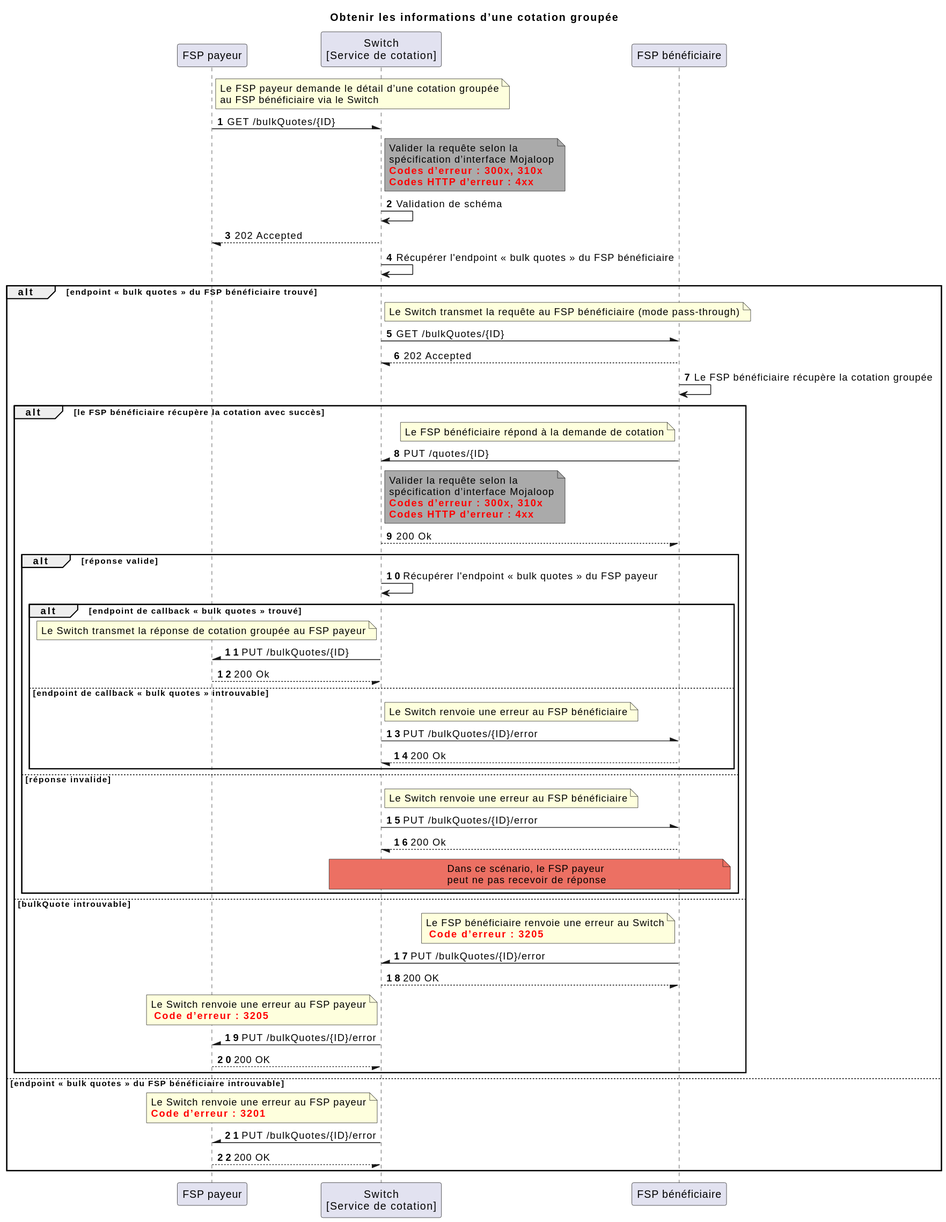
The PlantUML diagram docs/fr/technical/technical/quoting-service/assets/diagrams/sequence/seq-get-bulk-quotes-2.1.0.svg in mojaloop/documentation, before a commit. Its source is kept beside it as docs/fr/technical/technical/quoting-service/assets/diagrams/sequence/seq-get-bulk-quotes-2.1.0.plantuml. Source of this version:
```plantuml
@startuml
Title Obtenir les informations d’une cotation groupée
participant "FSP payeur" as PayerFSP
participant "Switch\n[Service de cotation]" as Switch
participant "FSP bénéficiaire" as PayeeFSP

autonumber
note right of PayerFSP: Le FSP payeur demande le détail d’une cotation groupée\nau FSP bénéficiaire via le Switch
PayerFSP -\ Switch: GET /bulkQuotes/{ID}
note right of Switch #aaa
    Valider la requête selon la
    spécification d’interface Mojaloop
    **<color #red>Codes d’erreur : 300x, 310x</color>**
    **<color #red>Codes HTTP d’erreur : 4xx</color>**
end note
Switch -> Switch: Validation de schéma
PayerFSP \-- Switch: 202 Accepted
Switch -> Switch: Récupérer l'endpoint « bulk quotes » du FSP bénéficiaire
alt endpoint « bulk quotes » du FSP bénéficiaire trouvé
    note right of Switch: Le Switch transmet la requête au FSP bénéficiaire (mode pass-through)
    Switch -\ PayeeFSP: GET /bulkQuotes/{ID}
    PayeeFSP --/ Switch: 202 Accepted
    PayeeFSP -> PayeeFSP: Le FSP bénéficiaire récupère la cotation groupée
    alt le FSP bénéficiaire récupère la cotation avec succès
        note left of PayeeFSP: Le FSP bénéficiaire répond à la demande de cotation
        PayeeFSP -\ Switch: PUT /quotes/{ID}
        note right of Switch #aaa
            Valider la requête selon la
            spécification d’interface Mojaloop
            **<color #red>Codes d’erreur : 300x, 310x</color>**
            **<color #red>Codes HTTP d’erreur : 4xx</color>**
        end note
        Switch --/ PayeeFSP: 200 Ok
        alt réponse valide
            Switch -> Switch: Récupérer l'endpoint « bulk quotes » du FSP payeur
            alt endpoint de callback « bulk quotes » trouvé
                note left of Switch: Le Switch transmet la réponse de cotation groupée au FSP payeur
                Switch -\ PayerFSP: PUT /bulkQuotes/{ID}
                PayerFSP --/ Switch: 200 Ok
            else endpoint de callback « bulk quotes » introuvable
                note right of Switch: Le Switch renvoie une erreur au FSP bénéficiaire
                Switch -\ PayeeFSP: PUT /bulkQuotes/{ID}/error
                PayeeFSP --/ Switch : 200 Ok
            end
        else réponse invalide
            note right of Switch: Le Switch renvoie une erreur au FSP bénéficiaire
            Switch -\ PayeeFSP: PUT /bulkQuotes/{ID}/error
            PayeeFSP --/ Switch : 200 Ok
            note over Switch, PayeeFSP #ec7063: Dans ce scénario, le FSP payeur\npeut ne pas recevoir de réponse
        end

    else bulkQuote introuvable
        note left of PayeeFSP: Le FSP bénéficiaire renvoie une erreur au Switch\n <color #red>**Code d’erreur : 3205**</color>
        PayeeFSP -\ Switch: PUT /bulkQuotes/{ID}/error
        Switch --/ PayeeFSP: 200 OK
        note left of Switch: Le Switch renvoie une erreur au FSP payeur\n <color #red>**Code d’erreur : 3205**</color>
        Switch -\ PayerFSP: PUT /bulkQuotes/{ID}/error
        PayerFSP --/ Switch: 200 OK
    end
else endpoint « bulk quotes » du FSP bénéficiaire introuvable
    note left of Switch
        Le Switch renvoie une erreur au FSP payeur
        **<color #red>Code d’erreur : 3201</color>**
    end note
    PayerFSP /- Switch: PUT /bulkQuotes/{ID}/error
    PayerFSP --/ Switch: 200 OK
end
@enduml
```
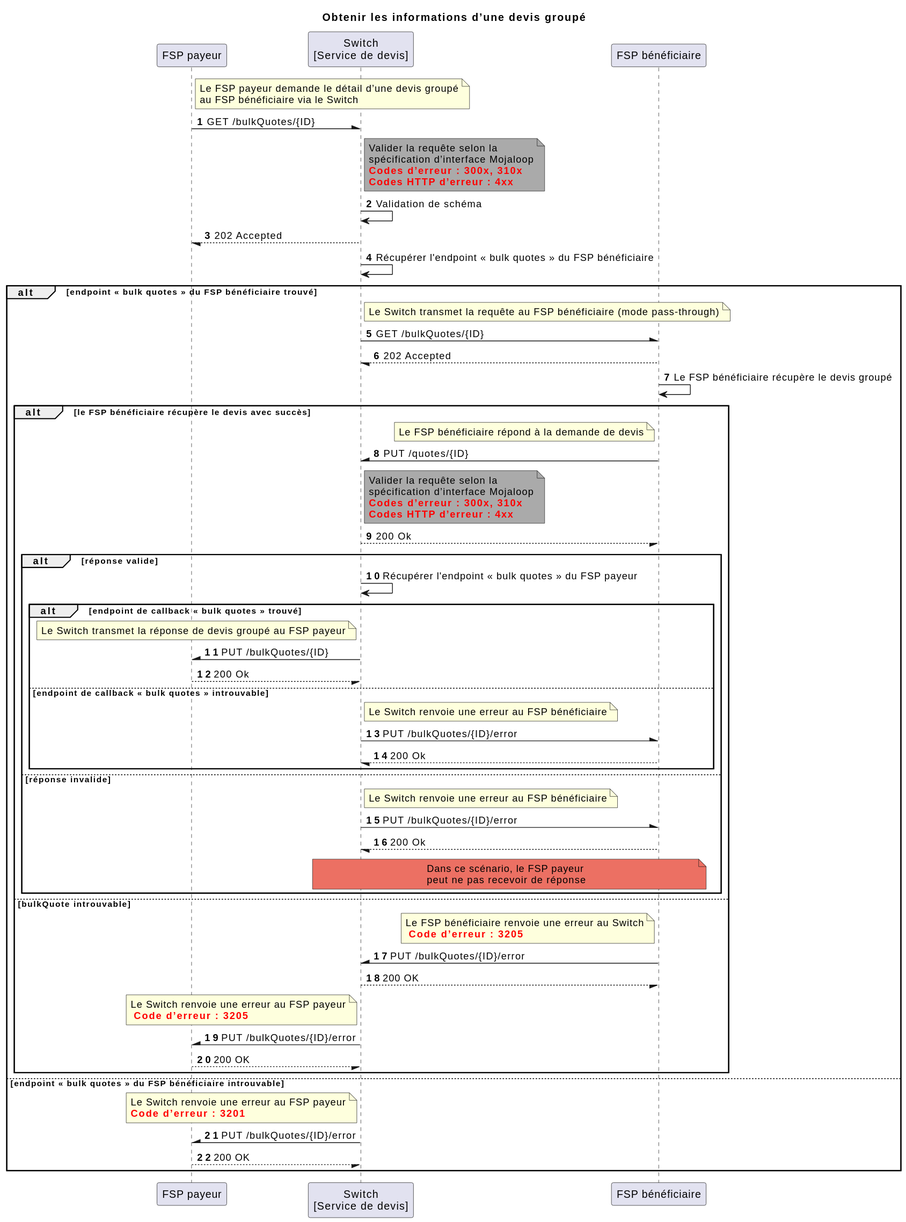
Above is the later version.

Diff of the diagram source:
```diff
@@ -1,11 +1,11 @@
 @startuml
-Title Obtenir les informations d’une cotation groupée
+Title Obtenir les informations d’une devis groupé
 participant "FSP payeur" as PayerFSP
-participant "Switch\n[Service de cotation]" as Switch
+participant "Switch\n[Service de devis]" as Switch
 participant "FSP bénéficiaire" as PayeeFSP
 
 autonumber
-note right of PayerFSP: Le FSP payeur demande le détail d’une cotation groupée\nau FSP bénéficiaire via le Switch
+note right of PayerFSP: Le FSP payeur demande le détail d’une devis groupé\nau FSP bénéficiaire via le Switch
 PayerFSP -\ Switch: GET /bulkQuotes/{ID}
 note right of Switch #aaa
     Valider la requête selon la
@@ -20,9 +20,9 @@
     note right of Switch: Le Switch transmet la requête au FSP bénéficiaire (mode pass-through)
     Switch -\ PayeeFSP: GET /bulkQuotes/{ID}
     PayeeFSP --/ Switch: 202 Accepted
-    PayeeFSP -> PayeeFSP: Le FSP bénéficiaire récupère la cotation groupée
-    alt le FSP bénéficiaire récupère la cotation avec succès
-        note left of PayeeFSP: Le FSP bénéficiaire répond à la demande de cotation
+    PayeeFSP -> PayeeFSP: Le FSP bénéficiaire récupère le devis groupé
+    alt le FSP bénéficiaire récupère le devis avec succès
+        note left of PayeeFSP: Le FSP bénéficiaire répond à la demande de devis
         PayeeFSP -\ Switch: PUT /quotes/{ID}
         note right of Switch #aaa
             Valider la requête selon la
@@ -34,7 +34,7 @@
         alt réponse valide
             Switch -> Switch: Récupérer l'endpoint « bulk quotes » du FSP payeur
             alt endpoint de callback « bulk quotes » trouvé
-                note left of Switch: Le Switch transmet la réponse de cotation groupée au FSP payeur
+                note left of Switch: Le Switch transmet la réponse de devis groupé au FSP payeur
                 Switch -\ PayerFSP: PUT /bulkQuotes/{ID}
                 PayerFSP --/ Switch: 200 Ok
             else endpoint de callback « bulk quotes » introuvable
```
